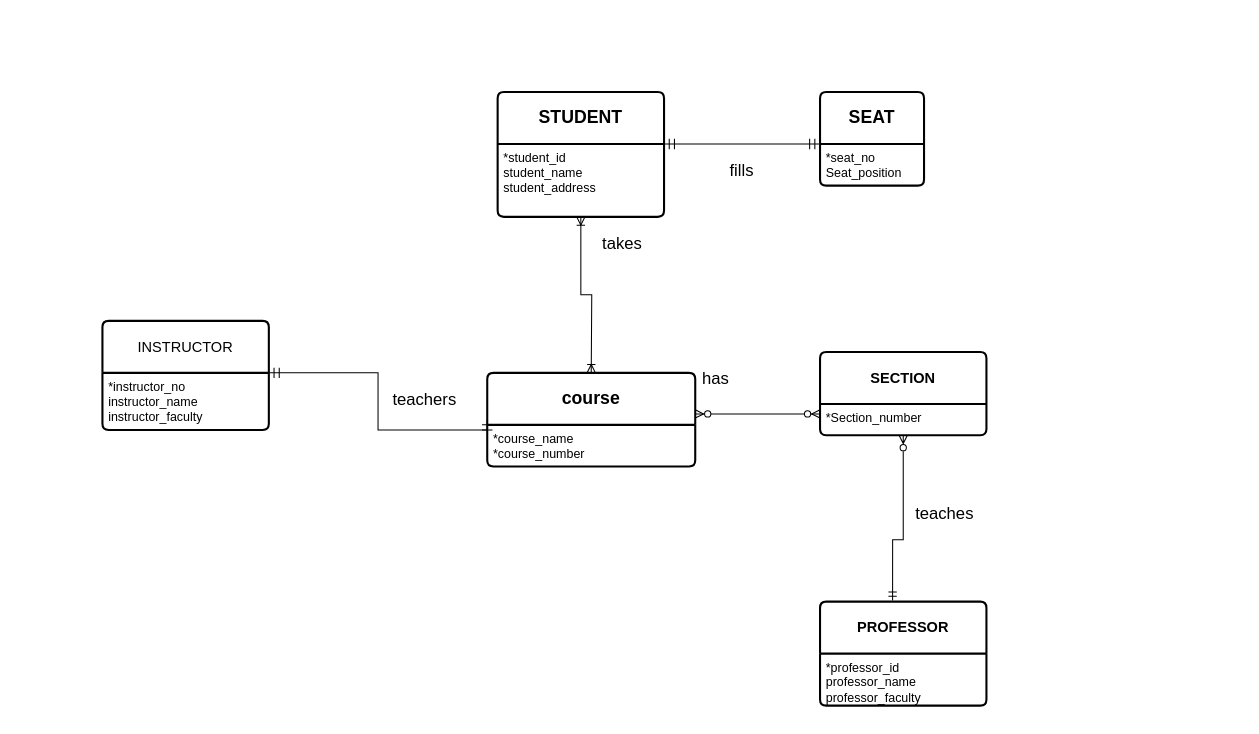
LuisCP759/luc_comp251_lab2 keeps this draw.io diagram as Conceptual_Modeling.drawio. Above is the earlier version. Source tidied: cells renumbered, new cells numbered last; positions are measured from the earlier drawing's top-left corner, leaving out a move shared by most shapes. Both pictures are drawn from the tidied source at 104%, with x=0, y=0 at pixel (102, 92).
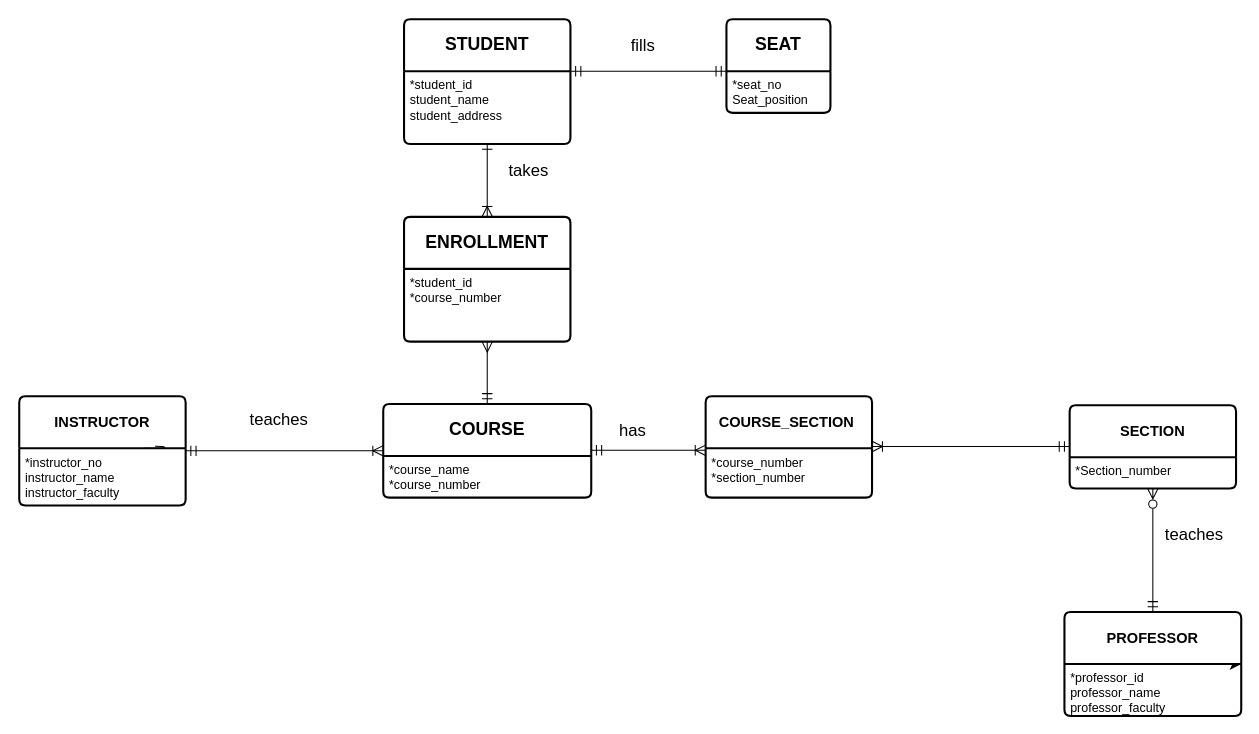
Above is the later version.

The change refers to these unchanged cells:
```xml
<mxCell id="12" value="*instructor_no&lt;div&gt;instructor_name&lt;/div&gt;&lt;div&gt;instructor_faculty&lt;/div&gt;&lt;div&gt;&lt;br&gt;&lt;/div&gt;" style="align=left;strokeColor=none;fillColor=none;spacingLeft=4;spacingRight=4;fontSize=12;verticalAlign=top;html=1;whiteSpace=wrap;" parent="11" vertex="1">
  <mxGeometry y="50" width="160" height="55" as="geometry" />
</mxCell>
<mxCell id="14" value="*Section_number" style="align=left;strokeColor=none;fillColor=none;spacingLeft=4;spacingRight=4;fontSize=12;verticalAlign=top;html=1;whiteSpace=wrap;" parent="13" vertex="1">
  <mxGeometry y="50" width="160" height="30" as="geometry" />
</mxCell>
```

What changed in the source:
```diff
@@
+    <mxCell id="24" style="edgeStyle=none;curved=1;rounded=0;curveGeometry=1;jettySize=auto;html=1;exitX=0.5;exitY=0;exitDx=0;exitDy=0;fontSize=12;defaultLabelBackgroundColor=page;startSize=8;endSize=8;" parent="1" edge="1" source="16" target="15">
+      <mxGeometry relative="1" as="geometry" />
+    </mxCell>
+    <mxCell id="25" style="edgeStyle=none;curved=1;rounded=0;curveGeometry=1;jettySize=auto;html=1;fontSize=12;defaultLabelBackgroundColor=page;startSize=8;endSize=8;" parent="1" edge="1" source="14" target="13">
+      <mxGeometry relative="1" as="geometry" />
+    </mxCell>
     <mxCell id="2" value="&lt;b&gt;&lt;font style=&quot;font-size: 17px;&quot;&gt;STUDENT&lt;/font&gt;&lt;/b&gt;" style="swimlane;horizontal=1;startSize=50;rounded=1;fontSize=14;fontStyle=0;strokeWidth=2;shadow=0;dashed=0;align=center;arcSize=4;whiteSpace=wrap;html=1;" parent="1" vertex="1">
-      <mxGeometry x="380" width="160" height="120" as="geometry" />
+      <mxGeometry x="290" y="-70" width="160" height="120" as="geometry" />
     </mxCell>
@@
     <mxCell id="4" style="edgeStyle=entityRelationEdgeStyle;fontSize=12;html=1;endArrow=ERmandOne;endFill=0;rounded=0;defaultLabelBackgroundColor=page;startSize=8;endSize=8;curved=1;startArrow=ERmandOne;startFill=0;flowAnimation=0;sketch=0;" parent="1" edge="1">
       <mxGeometry relative="1" as="geometry">
-        <mxPoint x="540" y="50" as="sourcePoint" />
-        <mxPoint x="690" y="50" as="targetPoint" />
+        <mxPoint x="450" y="-20" as="sourcePoint" />
+        <mxPoint x="600" y="-20" as="targetPoint" />
       </mxGeometry>
     </mxCell>
     <mxCell id="5" value="&lt;span style=&quot;font-size: 17px;&quot;&gt;&lt;b&gt;SEAT&lt;/b&gt;&lt;/span&gt;" style="swimlane;horizontal=1;startSize=50;rounded=1;fontSize=14;fontStyle=0;strokeWidth=2;shadow=0;dashed=0;align=center;arcSize=4;whiteSpace=wrap;html=1;" parent="1" vertex="1">
-      <mxGeometry x="690" width="100" height="90" as="geometry" />
+      <mxGeometry x="600" y="-70" width="100" height="90" as="geometry" />
     </mxCell>
@@
-    <mxCell id="7" style="edgeStyle=orthogonalEdgeStyle;fontSize=12;html=1;endArrow=ERoneToMany;endFill=0;rounded=0;defaultLabelBackgroundColor=page;exitX=0.5;exitY=1;exitDx=0;exitDy=0;startArrow=ERoneToMany;startFill=0;" parent="1" edge="1" source="2">
-      <mxGeometry relative="1" as="geometry">
-        <mxPoint x="470" y="270" as="targetPoint" />
-      </mxGeometry>
-    </mxCell>
-    <mxCell id="8" value="&lt;span style=&quot;font-size: 17px;&quot;&gt;&lt;b&gt;course&lt;/b&gt;&lt;/span&gt;" style="swimlane;horizontal=1;startSize=50;rounded=1;fontSize=14;fontStyle=0;strokeWidth=2;shadow=0;dashed=0;align=center;arcSize=4;whiteSpace=wrap;html=1;" parent="1" vertex="1">
-      <mxGeometry x="370" y="270" width="200" height="90" as="geometry" />
+    <mxCell id="8" value="&lt;span style=&quot;font-size: 17px;&quot;&gt;&lt;b&gt;COURSE&lt;/b&gt;&lt;/span&gt;" style="swimlane;horizontal=1;startSize=50;rounded=1;fontSize=14;fontStyle=0;strokeWidth=2;shadow=0;dashed=0;align=center;arcSize=4;whiteSpace=wrap;html=1;" parent="1" vertex="1">
+      <mxGeometry x="270" y="300" width="200" height="90" as="geometry" />
     </mxCell>
@@
-    <mxCell id="10" style="edgeStyle=orthogonalEdgeStyle;fontSize=12;html=1;endArrow=ERzeroToMany;endFill=1;rounded=0;defaultLabelBackgroundColor=page;exitX=0.5;exitY=1;exitDx=0;exitDy=0;startArrow=ERzeroToMany;startFill=1;entryX=0;entryY=0.5;entryDx=0;entryDy=0;" parent="1" edge="1">
-      <mxGeometry relative="1" as="geometry">
-        <mxPoint x="570" y="309.5" as="sourcePoint" />
-        <mxPoint x="690" y="309.5" as="targetPoint" />
-      </mxGeometry>
-    </mxCell>
-    <mxCell id="11" value="INSTRUCTOR" style="swimlane;horizontal=1;startSize=50;rounded=1;fontSize=14;fontStyle=0;strokeWidth=2;shadow=0;dashed=0;align=center;arcSize=4;whiteSpace=wrap;html=1;" parent="1" vertex="1">
-      <mxGeometry y="220" width="160" height="105" as="geometry" />
+    <mxCell id="11" value="&lt;b&gt;INSTRUCTOR&lt;/b&gt;" style="swimlane;horizontal=1;startSize=50;rounded=1;fontSize=14;fontStyle=0;strokeWidth=2;shadow=0;dashed=0;align=center;arcSize=4;whiteSpace=wrap;html=1;" parent="1" vertex="1">
+      <mxGeometry x="-80" y="292.5" width="160" height="105" as="geometry" />
     </mxCell>
@@
+    <mxCell id="26" style="edgeStyle=orthogonalEdgeStyle;curved=1;rounded=0;curveGeometry=1;orthogonalLoop=1;jettySize=auto;html=1;innerLoopWaypoints=1;exitX=0.75;exitY=0;exitDx=0;exitDy=0;entryX=0.816;entryY=-0.034;entryDx=0;entryDy=0;entryPerimeter=0;fontSize=12;defaultLabelBackgroundColor=page;startSize=8;endSize=8;startArrow=none;startFill=0;endArrow=none;endFill=0;" parent="11" edge="1" source="12" target="12">
+      <mxGeometry x="-0.6" relative="1" as="geometry">
+        <Array as="points">
+          <mxPoint x="140" y="50" />
+          <mxPoint x="140" y="48.1" />
+        </Array>
+      </mxGeometry>
+    </mxCell>
     <mxCell id="13" value="&lt;b&gt;SECTION&lt;/b&gt;" style="swimlane;horizontal=1;startSize=50;rounded=1;fontSize=14;fontStyle=0;strokeWidth=2;shadow=0;dashed=0;align=center;arcSize=4;whiteSpace=wrap;html=1;" parent="1" vertex="1">
-      <mxGeometry x="690" y="250" width="160" height="80" as="geometry" />
+      <mxGeometry x="930" y="301.2" width="160" height="80" as="geometry" />
     </mxCell>
@@
     <mxCell id="15" value="&lt;b&gt;PROFESSOR&lt;/b&gt;" style="swimlane;horizontal=1;startSize=50;rounded=1;fontSize=14;fontStyle=0;strokeWidth=2;shadow=0;dashed=0;align=center;arcSize=4;whiteSpace=wrap;html=1;" parent="1" vertex="1">
-      <mxGeometry x="690" y="490" width="160" height="100" as="geometry" />
+      <mxGeometry x="925" y="500" width="170" height="100" as="geometry" />
     </mxCell>
     <mxCell id="16" value="*professor_id&lt;div&gt;professor_name&lt;/div&gt;&lt;div&gt;professor_faculty&lt;/div&gt;" style="align=left;strokeColor=none;fillColor=none;spacingLeft=4;spacingRight=4;fontSize=12;verticalAlign=top;html=1;whiteSpace=wrap;" parent="15" vertex="1">
-      <mxGeometry y="50" width="160" height="50" as="geometry" />
+      <mxGeometry y="50" width="170" height="50" as="geometry" />
     </mxCell>
-    <mxCell id="17" style="edgeStyle=orthogonalEdgeStyle;fontSize=12;html=1;endArrow=ERmandOne;endFill=0;rounded=0;defaultLabelBackgroundColor=page;exitX=0.5;exitY=1;exitDx=0;exitDy=0;entryX=0.436;entryY=-0.012;entryDx=0;entryDy=0;entryPerimeter=0;startArrow=ERzeroToMany;startFill=0;" parent="1" edge="1" source="14" target="15">
-      <mxGeometry x="-0.32" relative="1" as="geometry">
-        <Array as="points">
-          <mxPoint x="770" y="430.5" />
-          <mxPoint x="759.8" y="430.5" />
-        </Array>
-      </mxGeometry>
-    </mxCell>
     <mxCell id="18" value="teaches" style="text;html=1;whiteSpace=wrap;strokeColor=none;fillColor=none;align=center;verticalAlign=middle;rounded=0;fontSize=16;" parent="1" vertex="1">
-      <mxGeometry x="780" y="390" width="60" height="30" as="geometry" />
+      <mxGeometry x="1020" y="410" width="60" height="30" as="geometry" />
     </mxCell>
     <mxCell id="19" value="takes" style="text;html=1;whiteSpace=wrap;strokeColor=none;fillColor=none;align=center;verticalAlign=middle;rounded=0;fontSize=16;" parent="1" vertex="1">
-      <mxGeometry x="470" y="130" width="60" height="30" as="geometry" />
+      <mxGeometry x="380" y="60" width="60" height="30" as="geometry" />
     </mxCell>
     <mxCell id="20" value="has" style="text;html=1;whiteSpace=wrap;strokeColor=none;fillColor=none;align=center;verticalAlign=middle;rounded=0;fontSize=16;" parent="1" vertex="1">
-      <mxGeometry x="560" y="260" width="60" height="30" as="geometry" />
+      <mxGeometry x="480" y="310" width="60" height="30" as="geometry" />
     </mxCell>
     <mxCell id="21" value="fills" style="text;html=1;whiteSpace=wrap;strokeColor=none;fillColor=none;align=center;verticalAlign=middle;rounded=0;fontSize=16;" parent="1" vertex="1">
-      <mxGeometry x="585" y="60" width="60" height="30" as="geometry" />
+      <mxGeometry x="490" y="-60" width="60" height="30" as="geometry" />
     </mxCell>
-    <mxCell id="22" style="edgeStyle=orthogonalEdgeStyle;fontSize=12;html=1;endArrow=ERmandOne;startArrow=ERmandOne;rounded=0;defaultLabelBackgroundColor=page;startSize=8;endSize=8;entryX=0;entryY=0.5;entryDx=0;entryDy=0;exitX=1;exitY=0;exitDx=0;exitDy=0;startFill=0;endFill=0;" parent="1" edge="1" source="12" target="8">
-      <mxGeometry x="-0.07" relative="1" as="geometry">
-        <Array as="points">
-          <mxPoint x="265" y="270" />
-          <mxPoint x="265" y="325" />
-        </Array>
-      </mxGeometry>
+    <mxCell id="22" style="fontSize=12;html=1;endArrow=ERoneToMany;startArrow=ERmandOne;rounded=0;defaultLabelBackgroundColor=page;startSize=8;endSize=8;entryX=0;entryY=0.5;entryDx=0;entryDy=0;startFill=0;endFill=0;elbow=vertical;exitX=1;exitY=0.5;exitDx=0;exitDy=0;" parent="1" edge="1" source="11" target="8">
+      <mxGeometry x="-0.24" relative="1" as="geometry" />
     </mxCell>
-    <mxCell id="23" value="teachers" style="text;html=1;whiteSpace=wrap;strokeColor=none;fillColor=none;align=center;verticalAlign=middle;rounded=0;fontSize=16;" parent="1" vertex="1">
-      <mxGeometry x="280" y="280" width="60" height="30" as="geometry" />
-    </mxCell>
+    <mxCell id="27" value="&lt;b&gt;&lt;font style=&quot;font-size: 17px;&quot;&gt;ENROLLMENT&lt;/font&gt;&lt;/b&gt;" style="swimlane;horizontal=1;startSize=50;rounded=1;fontSize=14;fontStyle=0;strokeWidth=2;shadow=0;dashed=0;align=center;arcSize=4;whiteSpace=wrap;html=1;" parent="1" vertex="1">
+      <mxGeometry x="290" y="120" width="160" height="120" as="geometry" />
+    </mxCell>
+    <mxCell id="28" value="*student_id&amp;nbsp;&lt;div&gt;*course_number&lt;/div&gt;" style="align=left;strokeColor=none;fillColor=none;spacingLeft=4;spacingRight=4;fontSize=12;verticalAlign=top;html=1;whiteSpace=wrap;" parent="27" vertex="1">
+      <mxGeometry y="50" width="160" height="70" as="geometry" />
+    </mxCell>
+    <mxCell id="29" value="teaches" style="text;html=1;whiteSpace=wrap;strokeColor=none;fillColor=none;align=center;verticalAlign=middle;rounded=0;fontSize=16;" parent="1" vertex="1">
+      <mxGeometry x="140" y="300" width="60" height="30" as="geometry" />
+    </mxCell>
+    <mxCell id="30" style="fontSize=12;html=1;endArrow=ERoneToMany;startArrow=ERmandOne;rounded=0;defaultLabelBackgroundColor=page;startSize=8;endSize=8;startFill=0;endFill=0;elbow=vertical;exitX=1;exitY=0.5;exitDx=0;exitDy=0;" parent="1" edge="1">
+      <mxGeometry x="0.31" relative="1" as="geometry">
+        <mxPoint x="470" y="344.5" as="sourcePoint" />
+        <mxPoint x="580" y="344.5" as="targetPoint" />
+      </mxGeometry>
+    </mxCell>
+    <mxCell id="31" value="&lt;b&gt;COURSE_SECTION&amp;nbsp;&lt;/b&gt;" style="swimlane;horizontal=1;startSize=50;rounded=1;fontSize=14;fontStyle=0;strokeWidth=2;shadow=0;dashed=0;align=center;arcSize=4;whiteSpace=wrap;html=1;" parent="1" vertex="1">
+      <mxGeometry x="580" y="292.5" width="160" height="97.5" as="geometry" />
+    </mxCell>
+    <mxCell id="32" value="*course_number&lt;div&gt;*section_number&lt;/div&gt;" style="align=left;strokeColor=none;fillColor=none;spacingLeft=4;spacingRight=4;fontSize=12;verticalAlign=top;html=1;whiteSpace=wrap;" parent="31" vertex="1">
+      <mxGeometry y="50" width="160" height="47.5" as="geometry" />
+    </mxCell>
+    <mxCell id="33" style="fontSize=12;html=1;endArrow=ERmandOne;startArrow=ERoneToMany;rounded=0;defaultLabelBackgroundColor=page;startSize=8;endSize=8;entryX=0;entryY=0.5;entryDx=0;entryDy=0;startFill=0;endFill=0;elbow=vertical;exitX=1;exitY=0.5;exitDx=0;exitDy=0;" parent="1" edge="1">
+      <mxGeometry x="-0.24" relative="1" as="geometry">
+        <mxPoint x="740" y="340.8" as="sourcePoint" />
+        <mxPoint x="930" y="340.8" as="targetPoint" />
+      </mxGeometry>
+    </mxCell>
+    <mxCell id="34" style="fontSize=12;html=1;endArrow=ERzeroToMany;startArrow=ERmandOne;rounded=0;defaultLabelBackgroundColor=page;startSize=8;endSize=8;startFill=0;endFill=0;elbow=vertical;entryX=0.5;entryY=1;entryDx=0;entryDy=0;exitX=0.5;exitY=0;exitDx=0;exitDy=0;" parent="1" edge="1" source="15" target="13">
+      <mxGeometry x="-0.09" relative="1" as="geometry" />
+    </mxCell>
+    <mxCell id="35" style="fontSize=12;html=1;endArrow=ERoneToMany;startArrow=ERone;rounded=0;defaultLabelBackgroundColor=page;startSize=8;endSize=8;entryX=0.5;entryY=0;entryDx=0;entryDy=0;startFill=0;endFill=0;elbow=vertical;exitX=0.5;exitY=1;exitDx=0;exitDy=0;" parent="1" edge="1" source="2" target="27">
+      <mxGeometry x="-0.24" relative="1" as="geometry" />
+    </mxCell>
+    <mxCell id="36" style="fontSize=12;html=1;endArrow=ERmandOne;startArrow=ERmany;rounded=0;defaultLabelBackgroundColor=page;startSize=8;endSize=8;startFill=0;endFill=0;elbow=vertical;exitX=0.5;exitY=1;exitDx=0;exitDy=0;entryX=0.5;entryY=0;entryDx=0;entryDy=0;" parent="1" edge="1" source="27" target="8">
+      <mxGeometry x="-0.47" relative="1" as="geometry" />
+    </mxCell>
```
